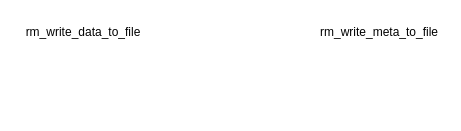
Above: 제목 없는 다이어그램.drawio in JaeHyeon774/NEWTIL (draw.io), before the change. Source tidied: cells renumbered, new cells numbered last; positions are measured from the earlier drawing's top-left corner, leaving out a move shared by most shapes. Both pictures are drawn from the tidied source at 100%, with x=0, y=0 at pixel (18, 17).
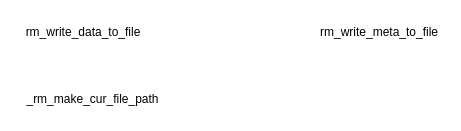
Above is the later version.

Commit message (it also covers changes not shown here):
제목 없는 다이어그램.drawio 업데이트

What changed in the source:
```diff
@@
 <mxGraphModel>
   <root>
     <mxCell id="0" />
     <mxCell id="1" parent="0" />
     <mxCell id="2" value="rm_write_meta_to_file" style="text;html=1;strokeColor=none;fillColor=none;align=center;verticalAlign=middle;whiteSpace=wrap;rounded=0;" parent="1" vertex="1">
       <mxGeometry x="296" width="130" height="30" as="geometry" />
     </mxCell>
     <mxCell id="3" value="rm_write_data_to_file" style="text;html=1;strokeColor=none;fillColor=none;align=center;verticalAlign=middle;whiteSpace=wrap;rounded=0;" parent="1" vertex="1">
       <mxGeometry width="130" height="30" as="geometry" />
     </mxCell>
+    <mxCell id="4" value="_rm_make_cur_file_path" style="text;html=1;strokeColor=none;fillColor=none;align=center;verticalAlign=middle;whiteSpace=wrap;rounded=0;" parent="1" vertex="1">
+      <mxGeometry x="-1" y="67" width="151" height="30" as="geometry" />
+    </mxCell>
   </root>
 </mxGraphModel>
```
